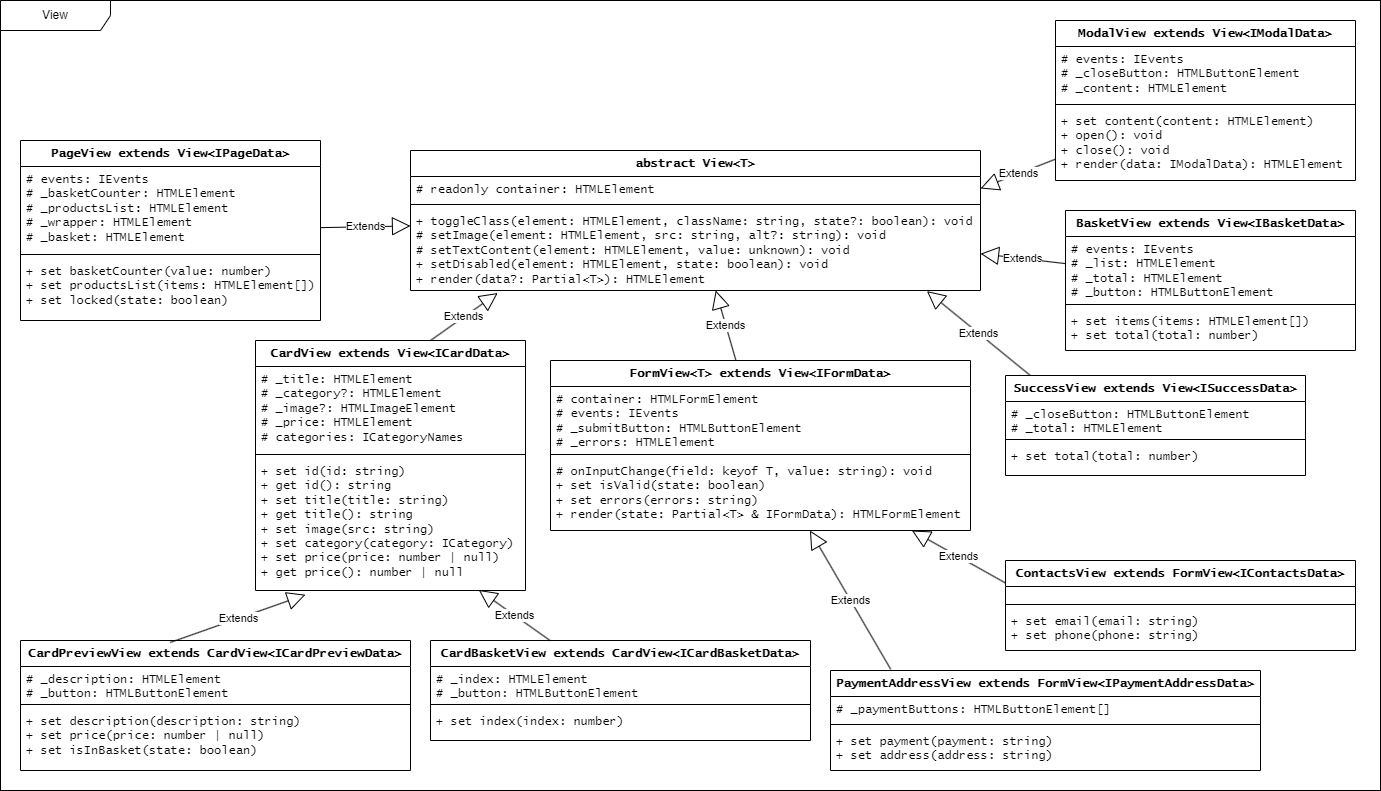
Above: documentation/View.png in anna-kobis/web-larek (draw.io), before the change. Source tidied: cells renumbered, new cells last; positions are measured from the earlier drawing's top-left corner, leaving out a move shared by most shapes.
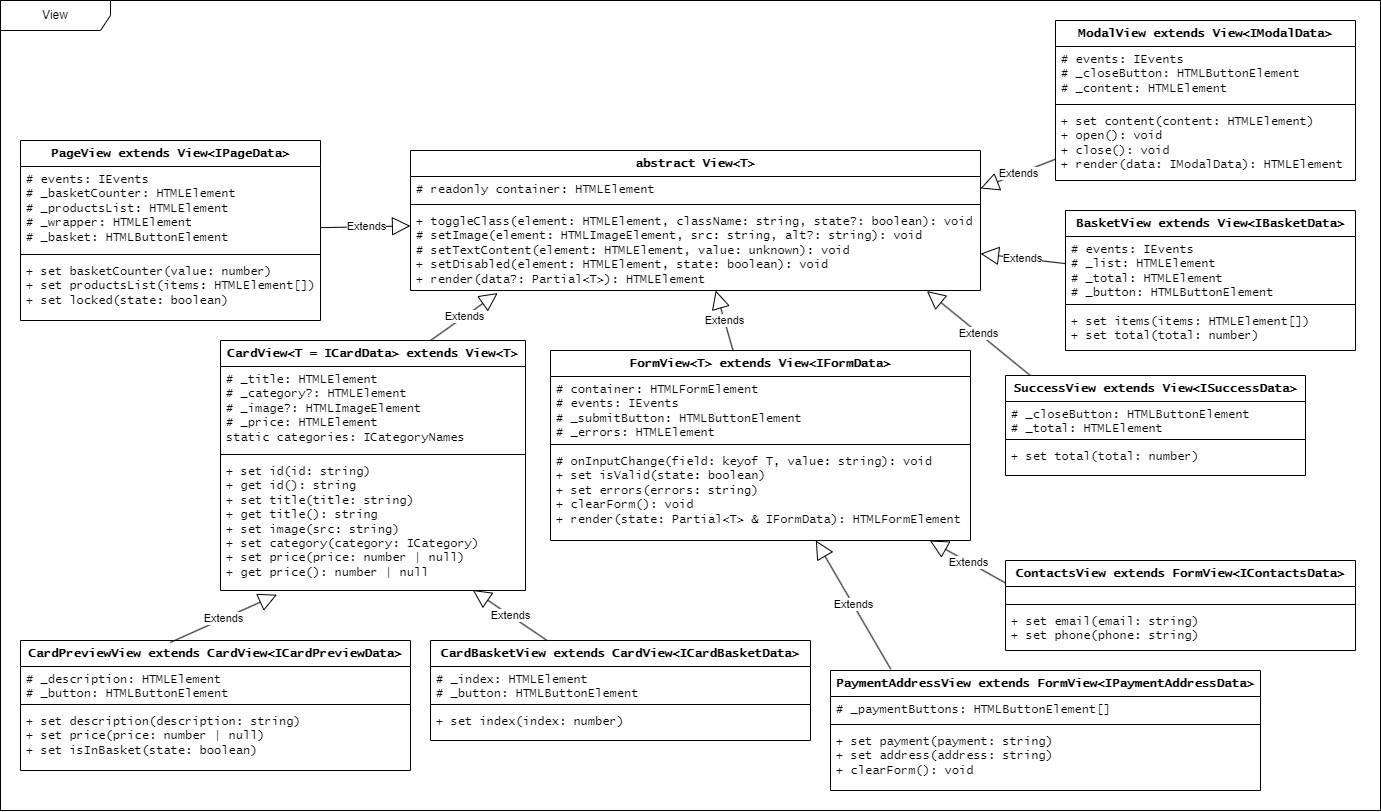
After the change.

What changed in the source:
```diff
@@ -3,7 +3,7 @@
     <mxCell id="0" />
     <mxCell id="1" parent="0" />
     <mxCell id="2" style="rounded=0;whiteSpace=wrap;html=1;" parent="1" vertex="1">
-      <mxGeometry width="1380" height="790" as="geometry" />
+      <mxGeometry width="1380" height="810" as="geometry" />
     </mxCell>
     <mxCell id="3" value="abstract&amp;nbsp;View&amp;lt;T&amp;gt;" style="swimlane;fontStyle=1;align=center;verticalAlign=top;horizontal=1;startSize=26;whiteSpace=wrap;html=1;fontFamily=Lucida Console;" parent="1" vertex="1">
       <mxGeometry x="410" y="150" width="570" height="140" as="geometry" />
@@ -14,7 +14,7 @@
     <mxCell id="5" style="line;strokeWidth=1;fillColor=none;align=left;verticalAlign=middle;spacingTop=-1;spacingLeft=3;spacingRight=3;labelPosition=right;strokeColor=inherit;fontFamily=Lucida Console;" parent="3" vertex="1">
       <mxGeometry y="50" width="570" height="8" as="geometry" />
     </mxCell>
-    <mxCell id="6" value="&lt;div&gt;+ toggleClass(element: HTMLElement, className: string, state?: boolean): void&lt;/div&gt;&lt;div&gt;&lt;span style=&quot;white-space: normal;&quot;&gt;# setImage(element: HTMLElement, src: string, alt?: string): void&lt;/span&gt;&lt;/div&gt;&lt;div&gt;&lt;span style=&quot;white-space: normal;&quot;&gt;# setTextContent(element: HTMLElement, value: unknown): void&lt;/span&gt;&lt;/div&gt;&lt;div&gt;&lt;span style=&quot;white-space: normal;&quot;&gt;+ setDisabled(element: HTMLElement, state: boolean): void&lt;/span&gt;&lt;/div&gt;&lt;div&gt;&lt;span style=&quot;white-space: normal;&quot;&gt;+ render(data?: Partial&amp;lt;T&amp;gt;): HTMLElement&lt;/span&gt;&lt;/div&gt;" style="text;strokeColor=none;fillColor=none;align=left;verticalAlign=top;spacingLeft=4;spacingRight=4;overflow=hidden;points=[[0,0.5],[1,0.5]];portConstraint=eastwest;whiteSpace=wrap;html=1;fontFamily=Lucida Console;fontStyle=0;" parent="3" vertex="1">
+    <mxCell id="6" value="&lt;div&gt;+ toggleClass(element: HTMLElement, className: string, state?: boolean): void&lt;/div&gt;&lt;div&gt;# setImage(element: HTMLImageElement, src: string, alt?: string): void&lt;/div&gt;&lt;div&gt;&lt;span style=&quot;white-space: normal;&quot;&gt;# setTextContent(element: HTMLElement, value: unknown): void&lt;/span&gt;&lt;/div&gt;&lt;div&gt;&lt;span style=&quot;white-space: normal;&quot;&gt;+ setDisabled(element: HTMLElement, state: boolean): void&lt;/span&gt;&lt;/div&gt;&lt;div&gt;&lt;span style=&quot;white-space: normal;&quot;&gt;+ render(data?: Partial&amp;lt;T&amp;gt;): HTMLElement&lt;/span&gt;&lt;/div&gt;" style="text;strokeColor=none;fillColor=none;align=left;verticalAlign=top;spacingLeft=4;spacingRight=4;overflow=hidden;points=[[0,0.5],[1,0.5]];portConstraint=eastwest;whiteSpace=wrap;html=1;fontFamily=Lucida Console;fontStyle=0;" parent="3" vertex="1">
       <mxGeometry y="58" width="570" height="82" as="geometry" />
     </mxCell>
     <mxCell id="7" value="BasketView extends View&amp;lt;IBasketData&amp;gt;" style="swimlane;fontStyle=1;align=center;verticalAlign=top;horizontal=1;startSize=26;whiteSpace=wrap;html=1;fontFamily=Lucida Console;" parent="1" vertex="1">
@@ -32,17 +32,17 @@
     <mxCell id="11" value="Extends" style="endArrow=block;endSize=16;endFill=0;html=1;rounded=0;" parent="1" edge="1" source="7" target="3">
       <mxGeometry relative="1" as="geometry" />
     </mxCell>
-    <mxCell id="12" value="CardView extends View&amp;lt;ICardData&amp;gt;" style="swimlane;fontStyle=1;align=center;verticalAlign=top;horizontal=1;startSize=26;whiteSpace=wrap;html=1;fontFamily=Lucida Console;" parent="1" vertex="1">
-      <mxGeometry x="255" y="340" width="270" height="250" as="geometry" />
+    <mxCell id="12" value="CardView&amp;lt;T = ICardData&amp;gt; extends View&amp;lt;T&amp;gt;" style="swimlane;fontStyle=1;align=center;verticalAlign=top;horizontal=1;startSize=26;whiteSpace=wrap;html=1;fontFamily=Lucida Console;" parent="1" vertex="1">
+      <mxGeometry x="220" y="340" width="305" height="250" as="geometry" />
     </mxCell>
-    <mxCell id="13" value="&lt;div&gt;&lt;span style=&quot;background-color: initial;&quot;&gt;# _title: HTMLElement&lt;/span&gt;&lt;br&gt;&lt;/div&gt;&lt;div&gt;&lt;span style=&quot;white-space: normal;&quot;&gt;# _category?: HTMLElement&lt;/span&gt;&lt;/div&gt;&lt;div&gt;&lt;span style=&quot;white-space: normal;&quot;&gt;# _image?: HTMLImageElement&lt;/span&gt;&lt;/div&gt;&lt;div&gt;&lt;span style=&quot;white-space: normal;&quot;&gt;# _price: HTMLElement&lt;/span&gt;&lt;/div&gt;&lt;div&gt;# categories: ICategoryNames&lt;span style=&quot;white-space: normal;&quot;&gt;&lt;br&gt;&lt;/span&gt;&lt;/div&gt;" style="text;strokeColor=none;fillColor=none;align=left;verticalAlign=top;spacingLeft=4;spacingRight=4;overflow=hidden;whiteSpace=wrap;html=1;fontFamily=Lucida Console;" parent="12" vertex="1">
-      <mxGeometry y="26" width="270" height="84" as="geometry" />
+    <mxCell id="13" value="&lt;div&gt;&lt;span style=&quot;background-color: initial;&quot;&gt;# _title: HTMLElement&lt;/span&gt;&lt;br&gt;&lt;/div&gt;&lt;div&gt;&lt;span style=&quot;white-space: normal;&quot;&gt;# _category?: HTMLElement&lt;/span&gt;&lt;/div&gt;&lt;div&gt;&lt;span style=&quot;white-space: normal;&quot;&gt;# _image?: HTMLImageElement&lt;/span&gt;&lt;/div&gt;&lt;div&gt;&lt;span style=&quot;white-space: normal;&quot;&gt;# _price: HTMLElement&lt;/span&gt;&lt;/div&gt;&lt;div&gt;static categories: ICategoryNames&lt;span style=&quot;white-space: normal;&quot;&gt;&lt;br&gt;&lt;/span&gt;&lt;/div&gt;" style="text;strokeColor=none;fillColor=none;align=left;verticalAlign=top;spacingLeft=4;spacingRight=4;overflow=hidden;whiteSpace=wrap;html=1;fontFamily=Lucida Console;" parent="12" vertex="1">
+      <mxGeometry y="26" width="305" height="84" as="geometry" />
     </mxCell>
     <mxCell id="14" style="line;strokeWidth=1;fillColor=none;align=left;verticalAlign=middle;spacingTop=-1;spacingLeft=3;spacingRight=3;labelPosition=right;strokeColor=inherit;fontFamily=Lucida Console;" parent="12" vertex="1">
-      <mxGeometry y="110" width="270" height="8" as="geometry" />
+      <mxGeometry y="110" width="305" height="8" as="geometry" />
     </mxCell>
     <mxCell id="15" value="&lt;div&gt;+ set id(id: string)&lt;/div&gt;&lt;div&gt;&lt;span style=&quot;white-space: normal;&quot;&gt;+ get id(): string&lt;/span&gt;&lt;/div&gt;&lt;div&gt;&lt;span style=&quot;white-space: normal;&quot;&gt;+ set title(title: string)&lt;/span&gt;&lt;/div&gt;&lt;div&gt;&lt;span style=&quot;white-space: normal;&quot;&gt;+ get title(): string&lt;/span&gt;&lt;/div&gt;&lt;div&gt;&lt;span style=&quot;white-space: normal;&quot;&gt;+ set image(src: string)&lt;/span&gt;&lt;/div&gt;&lt;div&gt;&lt;span style=&quot;white-space: normal;&quot;&gt;+ set category(category: ICategory)&lt;/span&gt;&lt;/div&gt;&lt;div&gt;&lt;span style=&quot;white-space: normal;&quot;&gt;+ set price(price: number | null)&lt;/span&gt;&lt;/div&gt;&lt;div&gt;&lt;span style=&quot;white-space: normal;&quot;&gt;+ get price(): number | null&lt;/span&gt;&lt;/div&gt;" style="text;strokeColor=none;fillColor=none;align=left;verticalAlign=top;spacingLeft=4;spacingRight=4;overflow=hidden;points=[[0,0.5],[1,0.5]];portConstraint=eastwest;whiteSpace=wrap;html=1;fontFamily=Lucida Console;fontStyle=0;" parent="12" vertex="1">
-      <mxGeometry y="118" width="270" height="132" as="geometry" />
+      <mxGeometry y="118" width="305" height="132" as="geometry" />
     </mxCell>
     <mxCell id="16" value="Extends" style="endArrow=block;endSize=16;endFill=0;html=1;rounded=0;entryX=0.153;entryY=1.031;entryDx=0;entryDy=0;entryPerimeter=0;" parent="1" edge="1" target="6">
       <mxGeometry relative="1" as="geometry">
@@ -80,7 +80,7 @@
       <mxGeometry relative="1" as="geometry" />
     </mxCell>
     <mxCell id="27" value="FormView&amp;lt;T&amp;gt; extends View&amp;lt;IFormData&amp;gt;" style="swimlane;fontStyle=1;align=center;verticalAlign=top;horizontal=1;startSize=26;whiteSpace=wrap;html=1;fontFamily=Lucida Console;" parent="1" vertex="1">
-      <mxGeometry x="550" y="360" width="420" height="170" as="geometry" />
+      <mxGeometry x="550" y="350" width="420" height="190" as="geometry" />
     </mxCell>
     <mxCell id="28" value="&lt;div&gt;&lt;div&gt;# container: HTMLFormElement&lt;/div&gt;&lt;div&gt;# events: IEvents&lt;/div&gt;&lt;div&gt;&lt;span style=&quot;white-space: normal;&quot;&gt;# _submitButton: HTMLButtonElement&lt;/span&gt;&lt;/div&gt;&lt;div&gt;&lt;span style=&quot;white-space: normal;&quot;&gt;# _errors: HTMLElement&lt;/span&gt;&lt;/div&gt;&lt;/div&gt;" style="text;strokeColor=none;fillColor=none;align=left;verticalAlign=top;spacingLeft=4;spacingRight=4;overflow=hidden;whiteSpace=wrap;html=1;fontFamily=Lucida Console;" parent="27" vertex="1">
       <mxGeometry y="26" width="420" height="64" as="geometry" />
@@ -88,8 +88,8 @@
     <mxCell id="29" style="line;strokeWidth=1;fillColor=none;align=left;verticalAlign=middle;spacingTop=-1;spacingLeft=3;spacingRight=3;labelPosition=right;strokeColor=inherit;fontFamily=Lucida Console;" parent="27" vertex="1">
       <mxGeometry y="90" width="420" height="8" as="geometry" />
     </mxCell>
-    <mxCell id="30" value="&lt;div&gt;# onInputChange(field: keyof T, value: string): void&lt;/div&gt;&lt;div&gt;&lt;span style=&quot;white-space: normal;&quot;&gt;+ set isValid(state: boolean)&lt;/span&gt;&lt;/div&gt;&lt;div&gt;&lt;span style=&quot;white-space: normal;&quot;&gt;+ set errors(errors: string)&lt;/span&gt;&lt;/div&gt;&lt;div&gt;&lt;span style=&quot;white-space: normal;&quot;&gt;+ render(state: Partial&amp;lt;T&amp;gt; &amp;amp; IFormData): HTMLFormElement&lt;/span&gt;&lt;/div&gt;" style="text;strokeColor=none;fillColor=none;align=left;verticalAlign=top;spacingLeft=4;spacingRight=4;overflow=hidden;whiteSpace=wrap;html=1;fontFamily=Lucida Console;fontStyle=0;" parent="27" vertex="1">
-      <mxGeometry y="98" width="420" height="72" as="geometry" />
+    <mxCell id="30" value="&lt;div&gt;# onInputChange(field: keyof T, value: string): void&lt;/div&gt;&lt;div&gt;&lt;span style=&quot;white-space: normal;&quot;&gt;+ set isValid(state: boolean)&lt;/span&gt;&lt;/div&gt;&lt;div&gt;&lt;span style=&quot;white-space: normal;&quot;&gt;+ set errors(errors: string)&lt;/span&gt;&lt;/div&gt;&lt;div&gt;&lt;span style=&quot;white-space: normal;&quot;&gt;+&amp;nbsp;&lt;/span&gt;&lt;span style=&quot;background-color: initial;&quot;&gt;clearForm(): void&lt;/span&gt;&lt;/div&gt;&lt;div&gt;&lt;span style=&quot;white-space: normal;&quot;&gt;+ render(state: Partial&amp;lt;T&amp;gt; &amp;amp; IFormData): HTMLFormElement&lt;/span&gt;&lt;/div&gt;" style="text;strokeColor=none;fillColor=none;align=left;verticalAlign=top;spacingLeft=4;spacingRight=4;overflow=hidden;whiteSpace=wrap;html=1;fontFamily=Lucida Console;fontStyle=0;" parent="27" vertex="1">
+      <mxGeometry y="98" width="420" height="92" as="geometry" />
     </mxCell>
     <mxCell id="31" value="Extends" style="endArrow=block;endSize=16;endFill=0;html=1;rounded=0;" parent="1" edge="1" source="27" target="3">
       <mxGeometry relative="1" as="geometry" />
@@ -110,7 +110,7 @@
       <mxGeometry relative="1" as="geometry" />
     </mxCell>
     <mxCell id="37" value="PaymentAddressView extends FormView&amp;lt;IPaymentAddressData&amp;gt;" style="swimlane;fontStyle=1;align=center;verticalAlign=top;horizontal=1;startSize=26;whiteSpace=wrap;html=1;fontFamily=Lucida Console;" parent="1" vertex="1">
-      <mxGeometry x="830" y="670" width="430" height="100" as="geometry" />
+      <mxGeometry x="830" y="670" width="430" height="120" as="geometry" />
     </mxCell>
     <mxCell id="38" value="&lt;div&gt;&lt;div&gt;# _paymentButtons: HTMLButtonElement[]&lt;/div&gt;&lt;/div&gt;" style="text;strokeColor=none;fillColor=none;align=left;verticalAlign=top;spacingLeft=4;spacingRight=4;overflow=hidden;whiteSpace=wrap;html=1;fontFamily=Lucida Console;" parent="37" vertex="1">
       <mxGeometry y="26" width="430" height="24" as="geometry" />
@@ -118,8 +118,8 @@
     <mxCell id="39" style="line;strokeWidth=1;fillColor=none;align=left;verticalAlign=middle;spacingTop=-1;spacingLeft=3;spacingRight=3;labelPosition=right;strokeColor=inherit;fontFamily=Lucida Console;" parent="37" vertex="1">
       <mxGeometry y="50" width="430" height="8" as="geometry" />
     </mxCell>
-    <mxCell id="40" value="&lt;div&gt;+ set payment(payment: string)&lt;/div&gt;&lt;div&gt;&lt;span style=&quot;white-space: normal;&quot;&gt;+ set address(address: string)&lt;/span&gt;&lt;/div&gt;" style="text;strokeColor=none;fillColor=none;align=left;verticalAlign=top;spacingLeft=4;spacingRight=4;overflow=hidden;whiteSpace=wrap;html=1;fontFamily=Lucida Console;fontStyle=0;" parent="37" vertex="1">
-      <mxGeometry y="58" width="430" height="42" as="geometry" />
+    <mxCell id="40" value="&lt;div&gt;+ set payment(payment: string)&lt;/div&gt;&lt;div&gt;&lt;span style=&quot;white-space: normal;&quot;&gt;+ set address(address: string)&lt;/span&gt;&lt;/div&gt;&lt;div&gt;&lt;span style=&quot;white-space: normal;&quot;&gt;+&amp;nbsp;&lt;/span&gt;&lt;span style=&quot;background-color: initial;&quot;&gt;clearForm(): void&lt;/span&gt;&lt;/div&gt;" style="text;strokeColor=none;fillColor=none;align=left;verticalAlign=top;spacingLeft=4;spacingRight=4;overflow=hidden;whiteSpace=wrap;html=1;fontFamily=Lucida Console;fontStyle=0;" parent="37" vertex="1">
+      <mxGeometry y="58" width="430" height="62" as="geometry" />
     </mxCell>
     <mxCell id="41" value="Extends" style="endArrow=block;endSize=16;endFill=0;html=1;rounded=0;exitX=0.14;exitY=-0.012;exitDx=0;exitDy=0;exitPerimeter=0;" parent="1" edge="1" source="37" target="27">
       <mxGeometry relative="1" as="geometry" />
@@ -157,7 +157,7 @@
     <mxCell id="52" value="PageView extends View&amp;lt;IPageData&amp;gt;" style="swimlane;fontStyle=1;align=center;verticalAlign=top;horizontal=1;startSize=26;whiteSpace=wrap;html=1;fontFamily=Lucida Console;" parent="1" vertex="1">
       <mxGeometry x="20" y="140" width="300" height="180" as="geometry" />
     </mxCell>
-    <mxCell id="53" value="&lt;div&gt;# events: IEvents&lt;br&gt;&lt;/div&gt;&lt;div&gt;# _basketCounter: HTMLElement&lt;/div&gt;&lt;div&gt;&lt;span style=&quot;white-space: normal;&quot;&gt;# _productsList: HTMLElement&lt;/span&gt;&lt;/div&gt;&lt;div&gt;&lt;span style=&quot;white-space: normal;&quot;&gt;# _wrapper: HTMLElement&lt;/span&gt;&lt;/div&gt;&lt;div&gt;&lt;span style=&quot;white-space: normal;&quot;&gt;# _basket: HTMLElement&lt;/span&gt;&lt;/div&gt;" style="text;strokeColor=none;fillColor=none;align=left;verticalAlign=top;spacingLeft=4;spacingRight=4;overflow=hidden;whiteSpace=wrap;html=1;fontFamily=Lucida Console;" parent="52" vertex="1">
+    <mxCell id="53" value="&lt;div&gt;# events: IEvents&lt;br&gt;&lt;/div&gt;&lt;div&gt;# _basketCounter: HTMLElement&lt;/div&gt;&lt;div&gt;&lt;span style=&quot;white-space: normal;&quot;&gt;# _productsList: HTMLElement&lt;/span&gt;&lt;/div&gt;&lt;div&gt;&lt;span style=&quot;white-space: normal;&quot;&gt;# _wrapper: HTMLElement&lt;/span&gt;&lt;/div&gt;&lt;div&gt;&lt;span style=&quot;white-space: normal;&quot;&gt;# _basket:&amp;nbsp;&lt;/span&gt;&lt;span style=&quot;background-color: initial;&quot;&gt;HTMLButtonElement&lt;/span&gt;&lt;/div&gt;" style="text;strokeColor=none;fillColor=none;align=left;verticalAlign=top;spacingLeft=4;spacingRight=4;overflow=hidden;whiteSpace=wrap;html=1;fontFamily=Lucida Console;" parent="52" vertex="1">
       <mxGeometry y="26" width="300" height="84" as="geometry" />
     </mxCell>
     <mxCell id="54" style="line;strokeWidth=1;fillColor=none;align=left;verticalAlign=middle;spacingTop=-1;spacingLeft=3;spacingRight=3;labelPosition=right;strokeColor=inherit;fontFamily=Lucida Console;" parent="52" vertex="1">
@@ -173,7 +173,7 @@
       <mxGeometry relative="1" as="geometry" />
     </mxCell>
     <mxCell id="58" value="View" style="shape=umlFrame;whiteSpace=wrap;html=1;width=110;height=30;" parent="1" vertex="1">
-      <mxGeometry width="1380" height="790" as="geometry" />
+      <mxGeometry width="1380" height="810" as="geometry" />
     </mxCell>
   </root>
 </mxGraphModel>
```
